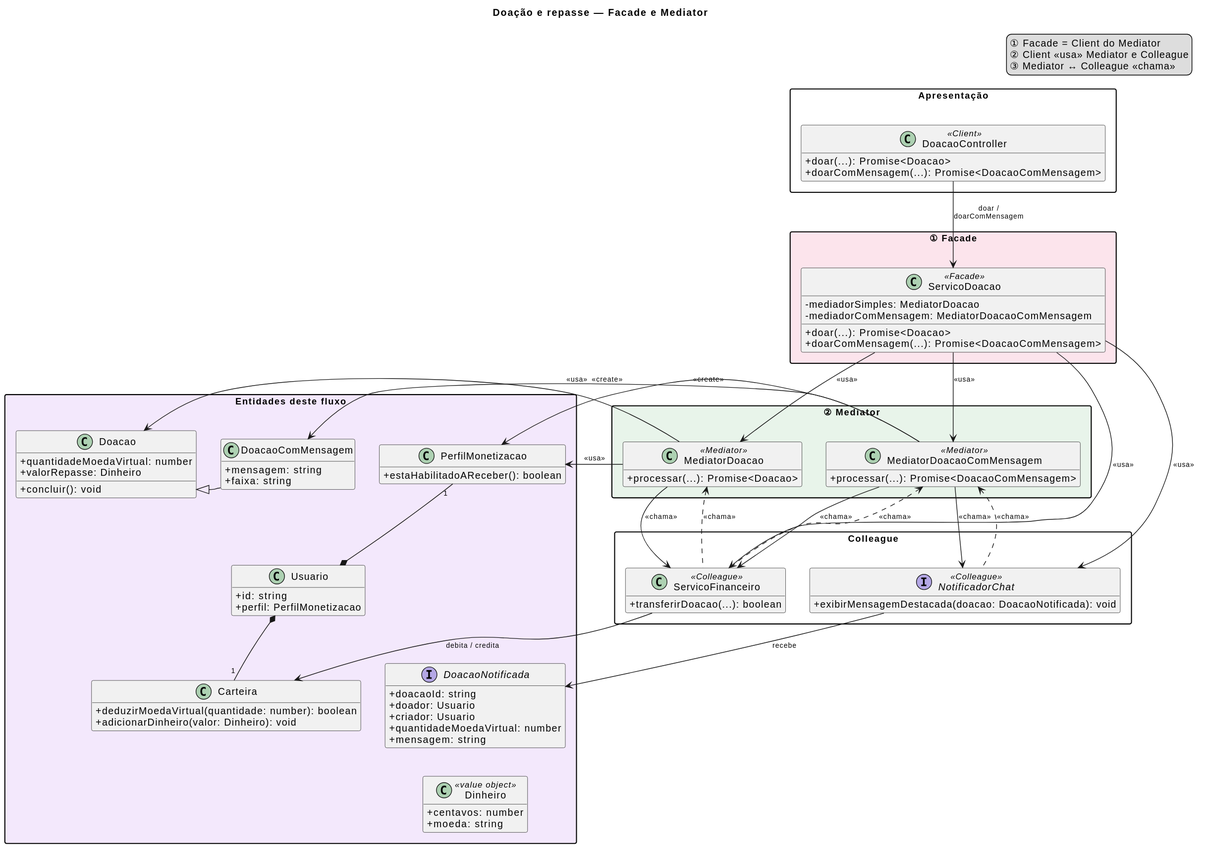
The PlantUML diagram docs/doacao-visao-geral.svg in UnBArqDsw2026-2-Turma01/2026.2-T01-_G6_ProjetoStreamingVideo_SubEquipe02_Codigo, before a commit. The source it was exported from:
```plantuml
@startuml
skinparam classAttributeIconSize 0
skinparam shadowing false
skinparam packageStyle rectangle
skinparam nodesep 35
skinparam ranksep 40
skinparam packageFontSize 13
skinparam ArrowFontSize 10
top to bottom direction
hide empty members

title Doação e repasse — Facade e Mediator

legend top right
  ① Facade = Client do Mediator
  ② Client <<usa>> Mediator e Colleague
  ③ Mediator ↔ Colleague <<chama>>
endlegend

together {
  package "Apresentação" as APR {
    class DoacaoController <<Client>> {
      +doar(...): Promise<Doacao>
      +doarComMensagem(...): Promise<DoacaoComMensagem>
    }
  }

  package "① Facade" as FAC #FCE4EC {
    class ServicoDoacao <<Facade>> {
      -mediadorSimples: MediatorDoacao
      -mediadorComMensagem: MediatorDoacaoComMensagem
      +doar(...): Promise<Doacao>
      +doarComMensagem(...): Promise<DoacaoComMensagem>
    }
  }

  package "② Mediator" as MED #E8F4EA {
    class MediatorDoacao <<Mediator>> {
      +processar(...): Promise<Doacao>
    }
    class MediatorDoacaoComMensagem <<Mediator>> {
      +processar(...): Promise<DoacaoComMensagem>
    }
    MediatorDoacao -[hidden]right- MediatorDoacaoComMensagem
  }

  package "Colleague" as COL {
    class ServicoFinanceiro <<Colleague>> {
      +transferirDoacao(...): boolean
    }
    interface NotificadorChat <<Colleague>> {
      +exibirMensagemDestacada(doacao: DoacaoNotificada): void
    }
    ServicoFinanceiro -[hidden]right- NotificadorChat
  }
}

package "Entidades deste fluxo" as ENT #F3E8FC {
  class Doacao {
    +quantidadeMoedaVirtual: number
    +valorRepasse: Dinheiro
    +concluir(): void
  }
  class DoacaoComMensagem {
    +mensagem: string
    +faixa: string
  }
  class PerfilMonetizacao {
    +estaHabilitadoAReceber(): boolean
  }
  class Usuario {
    +id: string
    +perfil: PerfilMonetizacao
  }
  class Carteira {
    +deduzirMoedaVirtual(quantidade: number): boolean
    +adicionarDinheiro(valor: Dinheiro): void
  }
  class Dinheiro <<value object>> {
    +centavos: number
    +moeda: string
  }
  interface DoacaoNotificada {
    +doacaoId: string
    +doador: Usuario
    +criador: Usuario
    +quantidadeMoedaVirtual: number
    +mensagem: string
  }

  Doacao <|-- DoacaoComMensagem
  Usuario *-- "1" PerfilMonetizacao
  Usuario *-- "1" Carteira

  Doacao -[hidden]right- DoacaoComMensagem
  DoacaoComMensagem -[hidden]right- PerfilMonetizacao
  PerfilMonetizacao -[hidden]down- Usuario
  Usuario -[hidden]down- Carteira
  Carteira -[hidden]right- DoacaoNotificada
  DoacaoNotificada -[hidden]down- Dinheiro
}

DoacaoController -[hidden]down- ServicoDoacao
ServicoDoacao -[hidden]down- MediatorDoacao
MediatorDoacao -[hidden]down- ServicoFinanceiro
MediatorDoacaoComMensagem -[hidden]down- NotificadorChat
MediatorDoacao -[hidden]right- Doacao
MediatorDoacaoComMensagem -[hidden]right- DoacaoComMensagem
ServicoFinanceiro -[hidden]right- Carteira
NotificadorChat -[hidden]right- DoacaoNotificada

DoacaoController -down-> ServicoDoacao : doar /\ndoarComMensagem

ServicoDoacao -down-> MediatorDoacao : <<usa>>
ServicoDoacao -down-> MediatorDoacaoComMensagem : <<usa>>
ServicoDoacao -down-> ServicoFinanceiro : <<usa>>
ServicoDoacao -down-> NotificadorChat : <<usa>>

MediatorDoacao -down-> ServicoFinanceiro : <<chama>>
ServicoFinanceiro .up.> MediatorDoacao : <<chama>>
MediatorDoacaoComMensagem -down-> NotificadorChat : <<chama>>
NotificadorChat .up.> MediatorDoacaoComMensagem : <<chama>>
MediatorDoacaoComMensagem -down-> ServicoFinanceiro : <<chama>>
ServicoFinanceiro .up.> MediatorDoacaoComMensagem : <<chama>>

MediatorDoacao -right-> Doacao : <<create>>
MediatorDoacaoComMensagem -right-> DoacaoComMensagem : <<create>>
MediatorDoacao -right-> PerfilMonetizacao : <<usa>>
MediatorDoacaoComMensagem -right-> PerfilMonetizacao : <<usa>>
ServicoFinanceiro -right-> Carteira : debita / credita
NotificadorChat -right-> DoacaoNotificada : recebe
@enduml
```
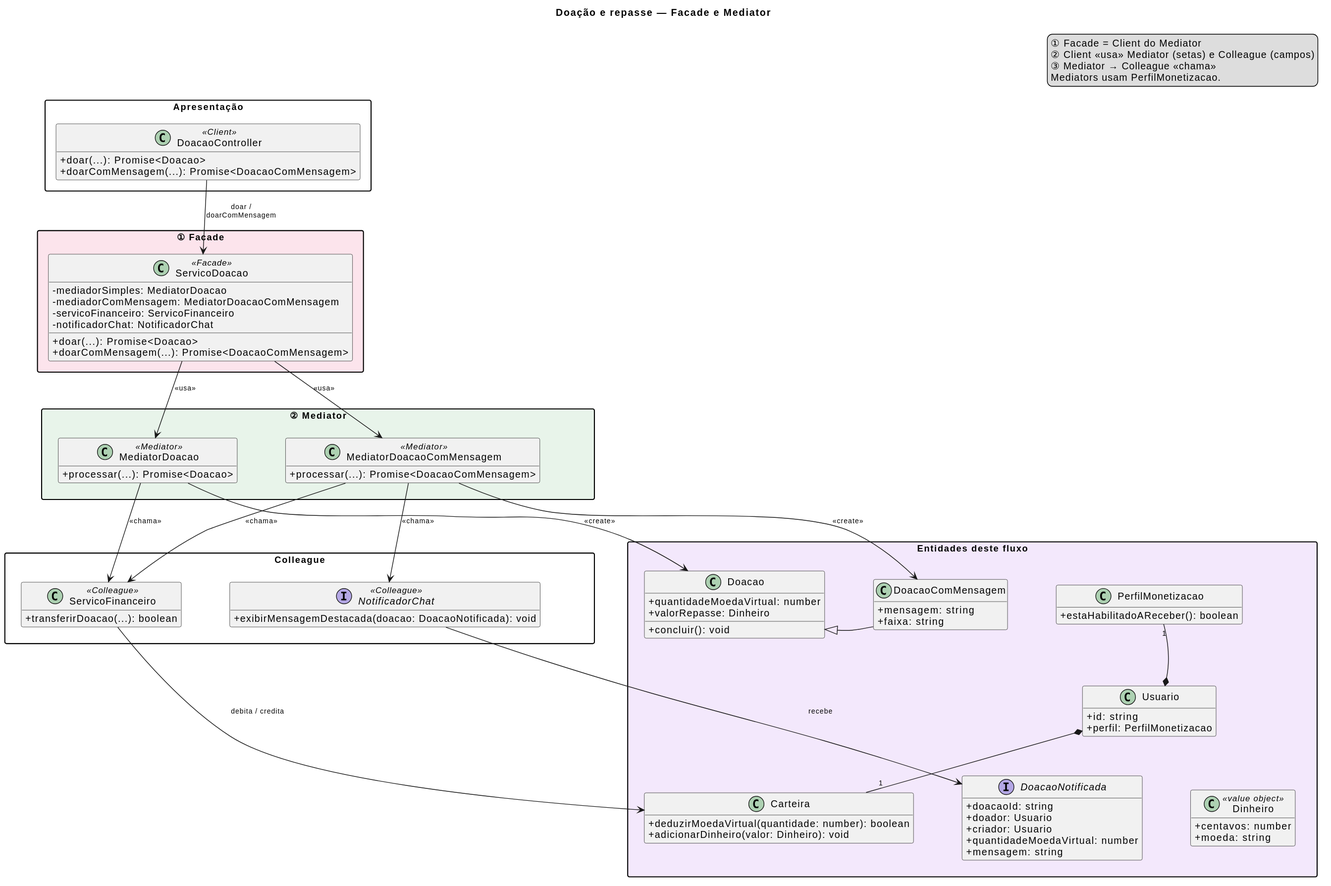
The same file after the commit.

Commit message:
docs(doacao): reduz cruzamentos no diagrama Facade/Mediator

Reorganiza coluna de padroes e entidades, mantendo a mesma estrutura semantica.

The edit, as a diff of the source:
```diff
@@ -2,8 +2,8 @@
 skinparam classAttributeIconSize 0
 skinparam shadowing false
 skinparam packageStyle rectangle
-skinparam nodesep 35
-skinparam ranksep 40
+skinparam nodesep 70
+skinparam ranksep 55
 skinparam packageFontSize 13
 skinparam ArrowFontSize 10
 top to bottom direction
@@ -13,8 +13,9 @@
 
 legend top right
   ① Facade = Client do Mediator
-  ② Client <<usa>> Mediator e Colleague
-  ③ Mediator ↔ Colleague <<chama>>
+  ② Client <<usa>> Mediator (setas) e Colleague (campos)
+  ③ Mediator → Colleague <<chama>>
+  Mediators usam PerfilMonetizacao.
 endlegend
 
 together {
@@ -29,6 +30,8 @@
     class ServicoDoacao <<Facade>> {
       -mediadorSimples: MediatorDoacao
       -mediadorComMensagem: MediatorDoacaoComMensagem
+      -servicoFinanceiro: ServicoFinanceiro
+      -notificadorChat: NotificadorChat
       +doar(...): Promise<Doacao>
       +doarComMensagem(...): Promise<DoacaoComMensagem>
     }
@@ -53,6 +56,19 @@
     }
     ServicoFinanceiro -[hidden]right- NotificadorChat
   }
+
+  DoacaoController -[hidden]down- ServicoDoacao
+  ServicoDoacao -[hidden]down- MediatorDoacao
+  MediatorDoacao -[hidden]down- ServicoFinanceiro
+  MediatorDoacaoComMensagem -[hidden]down- NotificadorChat
+
+  DoacaoController -down-> ServicoDoacao : doar /\ndoarComMensagem
+  ServicoDoacao -down-> MediatorDoacao : <<usa>>
+  ServicoDoacao -down-> MediatorDoacaoComMensagem : <<usa>>
+
+  MediatorDoacao -down-> ServicoFinanceiro : <<chama>>
+  MediatorDoacaoComMensagem -down-> ServicoFinanceiro : <<chama>>
+  MediatorDoacaoComMensagem -down-> NotificadorChat : <<chama>>
 }
 
 package "Entidades deste fluxo" as ENT #F3E8FC {
@@ -93,40 +109,23 @@
   Usuario *-- "1" Carteira
 
   Doacao -[hidden]right- DoacaoComMensagem
+  Doacao -[hidden]down- Carteira
+  DoacaoComMensagem -[hidden]down- DoacaoNotificada
+  Carteira -[hidden]right- DoacaoNotificada
   DoacaoComMensagem -[hidden]right- PerfilMonetizacao
   PerfilMonetizacao -[hidden]down- Usuario
-  Usuario -[hidden]down- Carteira
-  Carteira -[hidden]right- DoacaoNotificada
-  DoacaoNotificada -[hidden]down- Dinheiro
+  Usuario -[hidden]down- Dinheiro
 }
 
-DoacaoController -[hidden]down- ServicoDoacao
-ServicoDoacao -[hidden]down- MediatorDoacao
-MediatorDoacao -[hidden]down- ServicoFinanceiro
-MediatorDoacaoComMensagem -[hidden]down- NotificadorChat
+MED -[hidden]right- ENT
+COL -[hidden]right- ENT
 MediatorDoacao -[hidden]right- Doacao
 MediatorDoacaoComMensagem -[hidden]right- DoacaoComMensagem
 ServicoFinanceiro -[hidden]right- Carteira
 NotificadorChat -[hidden]right- DoacaoNotificada
 
-DoacaoController -down-> ServicoDoacao : doar /\ndoarComMensagem
-
-ServicoDoacao -down-> MediatorDoacao : <<usa>>
-ServicoDoacao -down-> MediatorDoacaoComMensagem : <<usa>>
-ServicoDoacao -down-> ServicoFinanceiro : <<usa>>
-ServicoDoacao -down-> NotificadorChat : <<usa>>
-
-MediatorDoacao -down-> ServicoFinanceiro : <<chama>>
-ServicoFinanceiro .up.> MediatorDoacao : <<chama>>
-MediatorDoacaoComMensagem -down-> NotificadorChat : <<chama>>
-NotificadorChat .up.> MediatorDoacaoComMensagem : <<chama>>
-MediatorDoacaoComMensagem -down-> ServicoFinanceiro : <<chama>>
-ServicoFinanceiro .up.> MediatorDoacaoComMensagem : <<chama>>
-
 MediatorDoacao -right-> Doacao : <<create>>
 MediatorDoacaoComMensagem -right-> DoacaoComMensagem : <<create>>
-MediatorDoacao -right-> PerfilMonetizacao : <<usa>>
-MediatorDoacaoComMensagem -right-> PerfilMonetizacao : <<usa>>
 ServicoFinanceiro -right-> Carteira : debita / credita
 NotificadorChat -right-> DoacaoNotificada : recebe
 @enduml
```
